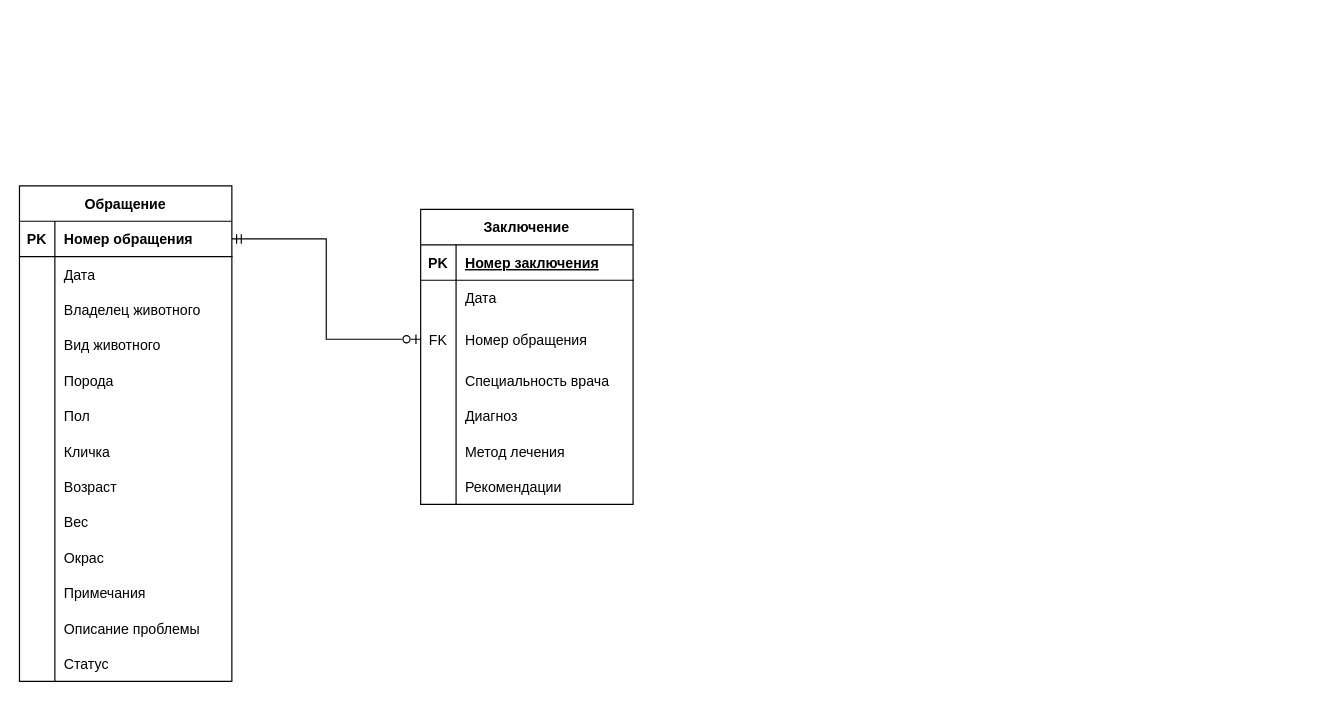
Earlier version of the draw.io diagram ER.drawio (iluxa678/newsait). Source tidied: cells renumbered, new cells numbered last; positions are measured from the earlier drawing's top-left corner, leaving out a move shared by most shapes. Both pictures are drawn from the tidied source at 118%, with x=0, y=0 at pixel (19, 185).
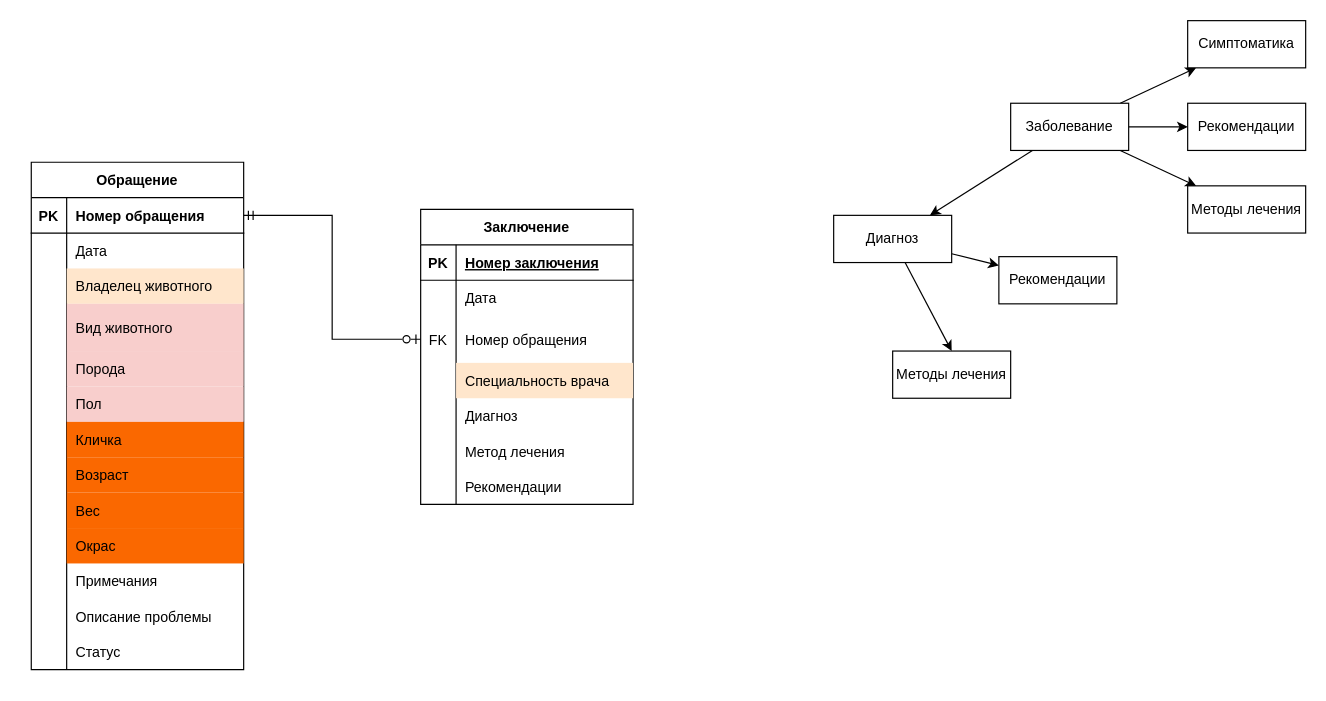
The same diagram, later.

Unchanged cells that the change refers to:
```xml
<mxCell id="9" style="shape=partialRectangle;fillColor=none;top=0;left=0;bottom=0;right=0;" parent="2" vertex="1">
  <mxGeometry y="90" width="180" height="30" as="geometry" />
</mxCell>
<mxCell id="52" style="shape=partialRectangle;fillColor=none;top=0;left=0;bottom=0;right=0;" parent="42" vertex="1">
  <mxGeometry y="130" width="180" height="30" as="geometry" />
</mxCell>
```

Diff of the diagram source:
```diff
@@
     <mxCell id="2" value="Обращение" style="shape=table;startSize=30;childLayout=tableLayout;rowLines=0;fontStyle=1;align=center;" parent="1" vertex="1">
-      <mxGeometry width="180" height="420" as="geometry" />
+      <mxGeometry x="10" y="-20" width="180" height="430" as="geometry" />
     </mxCell>
@@
-    <mxCell id="11" value="Владелец животного" style="shape=partialRectangle;fillColor=none;top=0;left=0;bottom=0;right=0;align=left;spacingLeft=6;overflow=hidden;" parent="9" vertex="1">
+    <mxCell id="11" value="Владелец животного" style="shape=partialRectangle;fillColor=#ffe6cc;top=0;left=0;bottom=0;right=0;align=left;spacingLeft=6;overflow=hidden;strokeColor=#d79b00;" parent="9" vertex="1">
       <mxGeometry x="30" width="150" height="30" as="geometry" />
     </mxCell>
     <mxCell id="12" style="shape=partialRectangle;fillColor=none;top=0;left=0;bottom=0;right=0;" parent="2" vertex="1">
-      <mxGeometry y="120" width="180" height="30" as="geometry" />
+      <mxGeometry y="120" width="180" height="40" as="geometry" />
     </mxCell>
     <mxCell id="13" style="shape=partialRectangle;fillColor=none;top=0;left=0;bottom=0;right=0;overflow=hidden;" parent="12" vertex="1">
-      <mxGeometry width="30" height="30" as="geometry" />
+      <mxGeometry width="30" height="40" as="geometry" />
     </mxCell>
-    <mxCell id="14" value="Вид животного" style="shape=partialRectangle;fillColor=none;top=0;left=0;bottom=0;right=0;align=left;spacingLeft=6;overflow=hidden;" parent="12" vertex="1">
-      <mxGeometry x="30" width="150" height="30" as="geometry" />
+    <mxCell id="14" value="Вид животного" style="shape=partialRectangle;fillColor=#f8cecc;top=0;left=0;bottom=0;right=0;align=left;spacingLeft=6;overflow=hidden;strokeColor=#b85450;" parent="12" vertex="1">
+      <mxGeometry x="30" width="150" height="40" as="geometry" />
     </mxCell>
     <mxCell id="15" style="shape=partialRectangle;fillColor=none;top=0;left=0;bottom=0;right=0;" parent="2" vertex="1">
-      <mxGeometry y="150" width="180" height="30" as="geometry" />
+      <mxGeometry y="160" width="180" height="30" as="geometry" />
     </mxCell>
@@
-    <mxCell id="17" value="Порода" style="shape=partialRectangle;fillColor=none;top=0;left=0;bottom=0;right=0;align=left;spacingLeft=6;overflow=hidden;" parent="15" vertex="1">
+    <mxCell id="17" value="Порода" style="shape=partialRectangle;fillColor=#f8cecc;top=0;left=0;bottom=0;right=0;align=left;spacingLeft=6;overflow=hidden;strokeColor=#b85450;" parent="15" vertex="1">
       <mxGeometry x="30" width="150" height="30" as="geometry" />
     </mxCell>
     <mxCell id="18" style="shape=partialRectangle;fillColor=none;top=0;left=0;bottom=0;right=0;" parent="2" vertex="1">
-      <mxGeometry y="180" width="180" height="30" as="geometry" />
+      <mxGeometry y="190" width="180" height="30" as="geometry" />
     </mxCell>
@@
-    <mxCell id="20" value="Пол" style="shape=partialRectangle;fillColor=none;top=0;left=0;bottom=0;right=0;align=left;spacingLeft=6;overflow=hidden;" parent="18" vertex="1">
+    <mxCell id="20" value="Пол" style="shape=partialRectangle;fillColor=#f8cecc;top=0;left=0;bottom=0;right=0;align=left;spacingLeft=6;overflow=hidden;strokeColor=#b85450;" parent="18" vertex="1">
       <mxGeometry x="30" width="150" height="30" as="geometry" />
     </mxCell>
     <mxCell id="21" style="shape=partialRectangle;fillColor=none;top=0;left=0;bottom=0;right=0;" parent="2" vertex="1">
-      <mxGeometry y="210" width="180" height="30" as="geometry" />
+      <mxGeometry y="220" width="180" height="30" as="geometry" />
     </mxCell>
@@
-    <mxCell id="23" value="Кличка" style="shape=partialRectangle;fillColor=none;top=0;left=0;bottom=0;right=0;align=left;spacingLeft=6;overflow=hidden;" parent="21" vertex="1">
+    <mxCell id="23" value="Кличка" style="shape=partialRectangle;fillColor=#fa6800;top=0;left=0;bottom=0;right=0;align=left;spacingLeft=6;overflow=hidden;strokeColor=#C73500;fontColor=#000000;" parent="21" vertex="1">
       <mxGeometry x="30" width="150" height="30" as="geometry" />
     </mxCell>
     <mxCell id="24" style="shape=partialRectangle;fillColor=none;top=0;left=0;bottom=0;right=0;" parent="2" vertex="1">
-      <mxGeometry y="240" width="180" height="30" as="geometry" />
+      <mxGeometry y="250" width="180" height="30" as="geometry" />
     </mxCell>
@@
-    <mxCell id="26" value="Возраст" style="shape=partialRectangle;fillColor=none;top=0;left=0;bottom=0;right=0;align=left;spacingLeft=6;overflow=hidden;" parent="24" vertex="1">
+    <mxCell id="26" value="Возраст" style="shape=partialRectangle;fillColor=#fa6800;top=0;left=0;bottom=0;right=0;align=left;spacingLeft=6;overflow=hidden;strokeColor=#C73500;fontColor=#000000;" parent="24" vertex="1">
       <mxGeometry x="30" width="150" height="30" as="geometry" />
     </mxCell>
     <mxCell id="27" style="shape=partialRectangle;fillColor=none;top=0;left=0;bottom=0;right=0;" parent="2" vertex="1">
-      <mxGeometry y="270" width="180" height="30" as="geometry" />
+      <mxGeometry y="280" width="180" height="30" as="geometry" />
     </mxCell>
@@
-    <mxCell id="29" value="Вес" style="shape=partialRectangle;fillColor=none;top=0;left=0;bottom=0;right=0;align=left;spacingLeft=6;overflow=hidden;" parent="27" vertex="1">
+    <mxCell id="29" value="Вес" style="shape=partialRectangle;fillColor=#fa6800;top=0;left=0;bottom=0;right=0;align=left;spacingLeft=6;overflow=hidden;strokeColor=#C73500;fontColor=#000000;" parent="27" vertex="1">
       <mxGeometry x="30" width="150" height="30" as="geometry" />
     </mxCell>
     <mxCell id="30" style="shape=partialRectangle;fillColor=none;top=0;left=0;bottom=0;right=0;" parent="2" vertex="1">
-      <mxGeometry y="300" width="180" height="30" as="geometry" />
+      <mxGeometry y="310" width="180" height="30" as="geometry" />
     </mxCell>
@@
-    <mxCell id="32" value="Окрас" style="shape=partialRectangle;fillColor=none;top=0;left=0;bottom=0;right=0;align=left;spacingLeft=6;overflow=hidden;" parent="30" vertex="1">
+    <mxCell id="32" value="Окрас" style="shape=partialRectangle;fillColor=#fa6800;top=0;left=0;bottom=0;right=0;align=left;spacingLeft=6;overflow=hidden;strokeColor=#C73500;fontColor=#000000;" parent="30" vertex="1">
       <mxGeometry x="30" width="150" height="30" as="geometry" />
     </mxCell>
     <mxCell id="33" style="shape=partialRectangle;fillColor=none;top=0;left=0;bottom=0;right=0;" parent="2" vertex="1">
-      <mxGeometry y="330" width="180" height="30" as="geometry" />
+      <mxGeometry y="340" width="180" height="30" as="geometry" />
     </mxCell>
@@
     <mxCell id="36" style="shape=partialRectangle;fillColor=none;top=0;left=0;bottom=0;right=0;" parent="2" vertex="1">
-      <mxGeometry y="360" width="180" height="30" as="geometry" />
+      <mxGeometry y="370" width="180" height="30" as="geometry" />
     </mxCell>
@@
     <mxCell id="39" style="shape=partialRectangle;fillColor=none;top=0;left=0;bottom=0;right=0;" parent="2" vertex="1">
-      <mxGeometry y="390" width="180" height="30" as="geometry" />
+      <mxGeometry y="400" width="180" height="30" as="geometry" />
     </mxCell>
@@
-    <mxCell id="54" value="Специальность врача" style="shape=partialRectangle;fillColor=none;top=0;left=0;bottom=0;right=0;align=left;spacingLeft=6;overflow=hidden;" parent="52" vertex="1">
+    <mxCell id="54" value="Специальность врача" style="shape=partialRectangle;fillColor=#ffe6cc;top=0;left=0;bottom=0;right=0;align=left;spacingLeft=6;overflow=hidden;strokeColor=#d79b00;" parent="52" vertex="1">
       <mxGeometry x="30" width="150" height="30" as="geometry" />
     </mxCell>
@@
+    <mxCell id="65" style="rounded=0;jettySize=auto;html=1;" parent="1" edge="1" source="67">
+      <mxGeometry relative="1" as="geometry">
+        <mxPoint x="790" y="140" as="targetPoint" />
+      </mxGeometry>
+    </mxCell>
+    <mxCell id="66" style="edgeStyle=none;rounded=0;jettySize=auto;html=1;" parent="1" edge="1" source="67" target="69">
+      <mxGeometry relative="1" as="geometry" />
+    </mxCell>
+    <mxCell id="67" value="Диагноз" style="whiteSpace=wrap;html=1;align=center;" parent="1" vertex="1">
+      <mxGeometry x="690" y="25" width="100" height="40" as="geometry" />
+    </mxCell>
+    <mxCell id="68" value="Методы лечения" style="whiteSpace=wrap;html=1;align=center;" parent="1" vertex="1">
+      <mxGeometry x="740" y="140" width="100" height="40" as="geometry" />
+    </mxCell>
+    <mxCell id="69" value="Рекомендации" style="whiteSpace=wrap;html=1;align=center;" parent="1" vertex="1">
+      <mxGeometry x="830" y="60" width="100" height="40" as="geometry" />
+    </mxCell>
+    <mxCell id="70" style="edgeStyle=none;rounded=0;jettySize=auto;html=1;" parent="1" edge="1" source="74" target="67">
+      <mxGeometry relative="1" as="geometry" />
+    </mxCell>
+    <mxCell id="71" style="edgeStyle=none;rounded=0;jettySize=auto;html=1;" parent="1" edge="1" source="74" target="75">
+      <mxGeometry relative="1" as="geometry" />
+    </mxCell>
+    <mxCell id="72" style="edgeStyle=none;rounded=0;jettySize=auto;html=1;" parent="1" edge="1" source="74" target="77">
+      <mxGeometry relative="1" as="geometry" />
+    </mxCell>
+    <mxCell id="73" style="edgeStyle=none;rounded=0;jettySize=auto;html=1;" parent="1" edge="1" source="74" target="76">
+      <mxGeometry relative="1" as="geometry" />
+    </mxCell>
+    <mxCell id="74" value="Заболевание" style="whiteSpace=wrap;html=1;align=center;" parent="1" vertex="1">
+      <mxGeometry x="840" y="-70" width="100" height="40" as="geometry" />
+    </mxCell>
+    <mxCell id="75" value="Симптоматика" style="whiteSpace=wrap;html=1;align=center;" parent="1" vertex="1">
+      <mxGeometry x="990" y="-140" width="100" height="40" as="geometry" />
+    </mxCell>
+    <mxCell id="76" value="Методы лечения" style="whiteSpace=wrap;html=1;align=center;" parent="1" vertex="1">
+      <mxGeometry x="990" width="100" height="40" as="geometry" />
+    </mxCell>
+    <mxCell id="77" value="Рекомендации" style="whiteSpace=wrap;html=1;align=center;" parent="1" vertex="1">
+      <mxGeometry x="990" y="-70" width="100" height="40" as="geometry" />
+    </mxCell>
```
